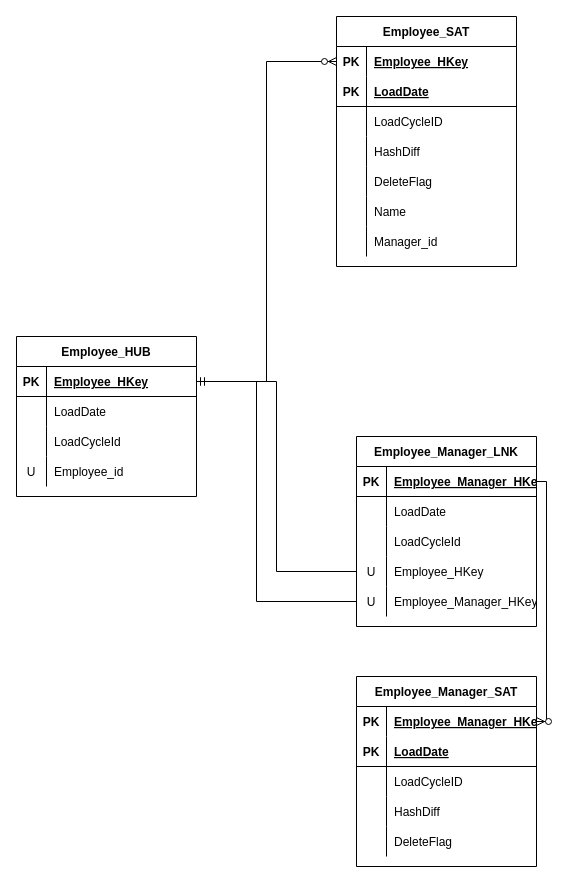
Earlier version of the draw.io diagram DataVault2.drawio (tobiasrist/Vaultspeed). Source tidied: cells renumbered, new cells numbered last; positions are measured from the earlier drawing's top-left corner, leaving out a move shared by most shapes. Both pictures are drawn from the tidied source at 100%, with x=0, y=0 at pixel (16, 16).
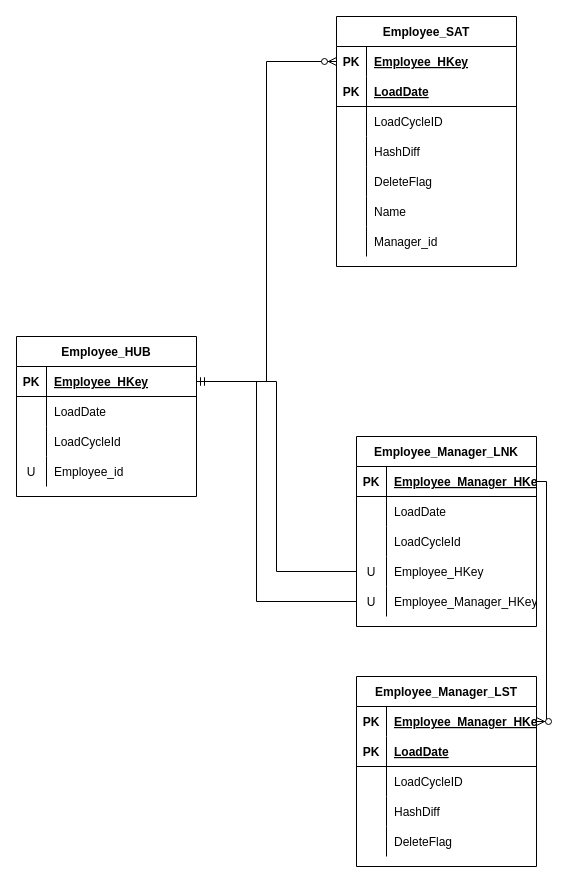
Above is the later version.

Commit message:
Renamed Link Sat

What changed in the source:
```diff
@@
-    <mxCell id="56" value="Employee_Manager_SAT" style="shape=table;startSize=30;childLayout=tableLayout;rowLines=0;fontStyle=1;align=center;" parent="1" vertex="1">
+    <mxCell id="56" value="Employee_Manager_LST" style="shape=table;startSize=30;childLayout=tableLayout;rowLines=0;fontStyle=1;align=center;" parent="1" vertex="1">
       <mxGeometry x="340" y="660" width="180" height="190" as="geometry" />
     </mxCell>
```
